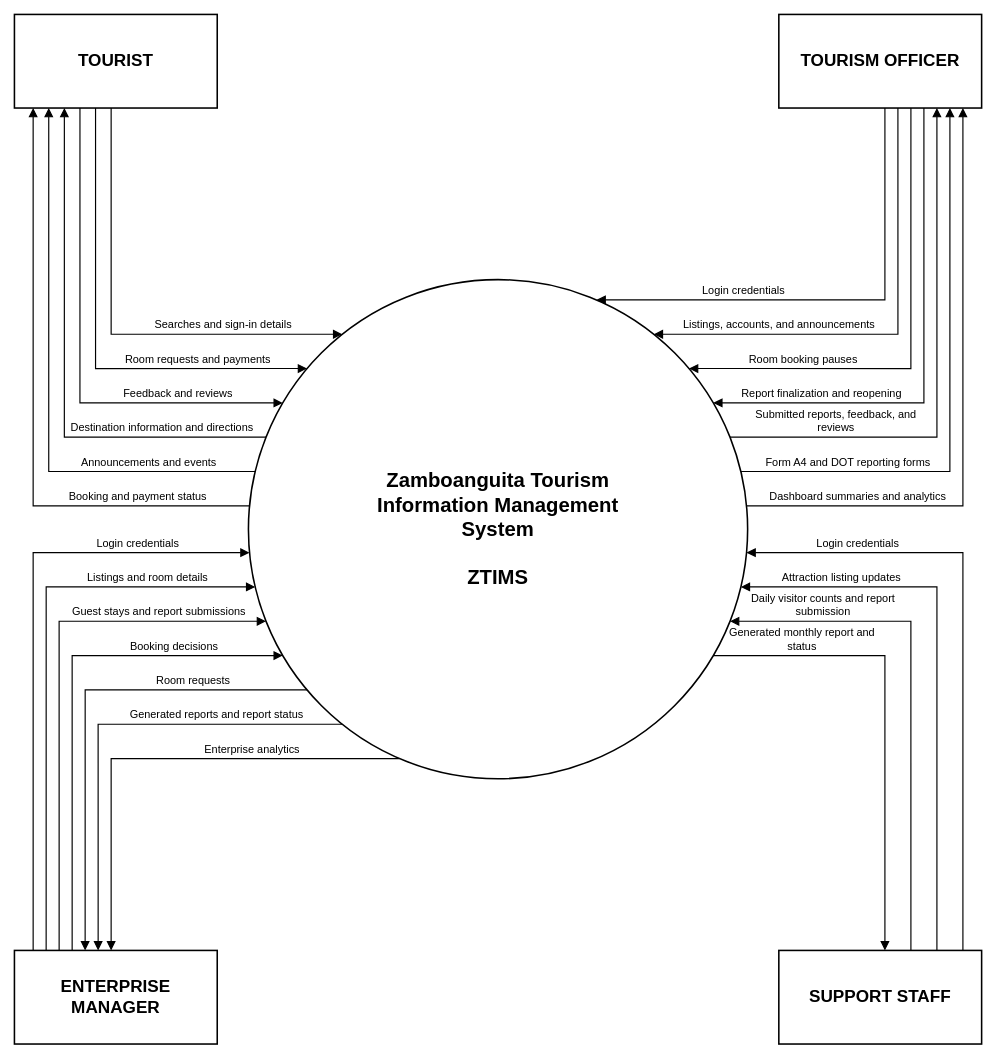
Before: docs/diagrams/ztims-context-diagram.drawio in jefee0101/ZTIMS, a draw.io diagram. Source tidied: cells renumbered, new cells numbered last; positions are measured from the earlier drawing's top-left corner, leaving out a move shared by most shapes. Both pictures are drawn from the tidied source at 78%, with x=0, y=0 at pixel (14, 14).
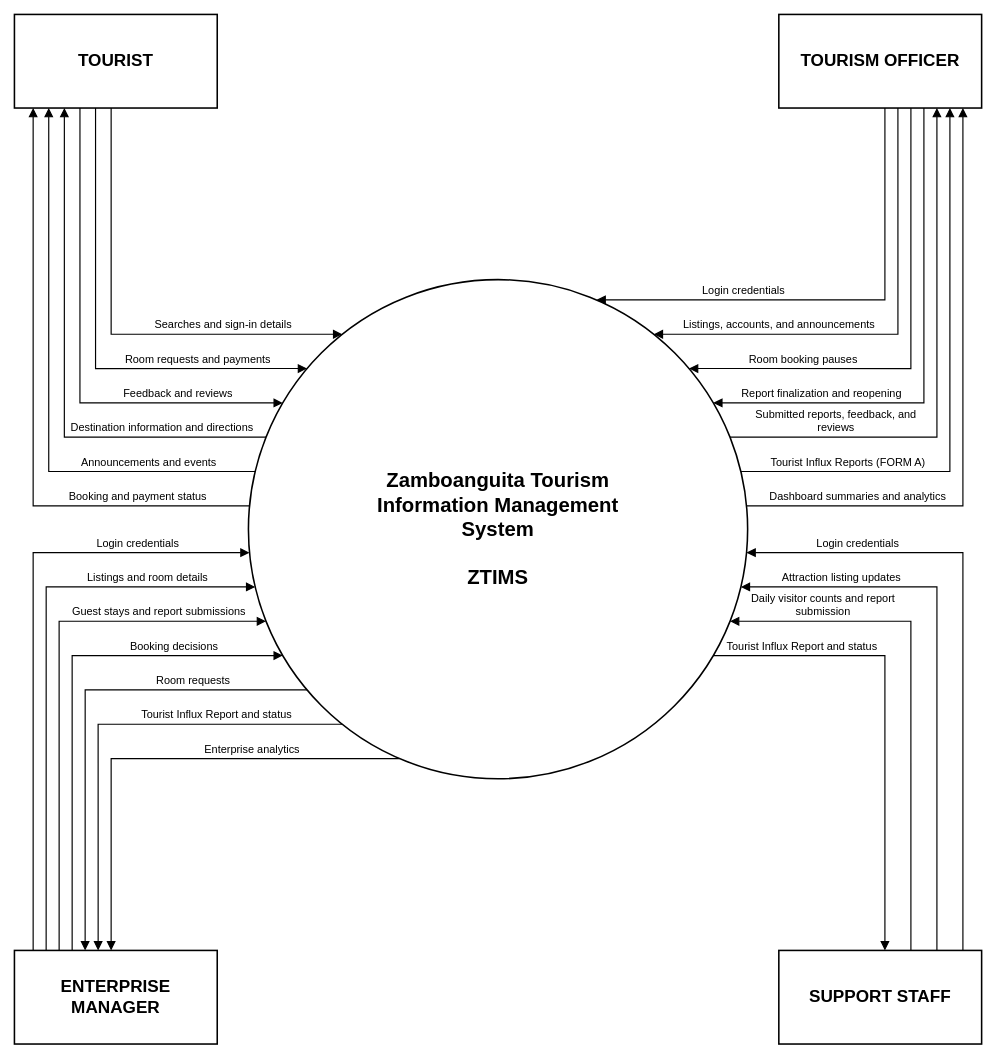
The same diagram, later.

Commit message (it also covers changes not shown here):
Top level diagram without crossing lines; Tourist Influx Report labels

What changed in the source:
```diff
@@
-    <mxCell id="28" value="Form A4 and DOT reporting forms" style="text;html=1;whiteSpace=wrap;align=center;verticalAlign=bottom;fontColor=#000000;fontSize=14;strokeColor=none;fillColor=none;" parent="1" vertex="1">
+    <mxCell id="28" value="Tourist Influx Reports (FORM A)" style="text;html=1;whiteSpace=wrap;align=center;verticalAlign=bottom;fontColor=#000000;fontSize=14;strokeColor=none;fillColor=none;" parent="1" vertex="1">
       <mxGeometry x="939.3" y="545" width="260" height="40" as="geometry" />
     </mxCell>
@@
-    <mxCell id="43" value="Generated reports and report status" style="text;html=1;whiteSpace=wrap;align=center;verticalAlign=bottom;fontColor=#000000;fontSize=14;strokeColor=none;fillColor=none;" parent="1" vertex="1">
+    <mxCell id="43" value="Tourist Influx Report and status" style="text;html=1;whiteSpace=wrap;align=center;verticalAlign=bottom;fontColor=#000000;fontSize=14;strokeColor=none;fillColor=none;" parent="1" vertex="1">
       <mxGeometry x="107.3" y="869" width="304.9" height="40" as="geometry" />
     </mxCell>
@@
-    <mxCell id="54" value="Generated monthly report and status" style="text;html=1;whiteSpace=wrap;align=center;verticalAlign=bottom;fontColor=#000000;fontSize=14;strokeColor=none;fillColor=none;" parent="1" vertex="1">
+    <mxCell id="54" value="Tourist Influx Report and status" style="text;html=1;whiteSpace=wrap;align=center;verticalAlign=bottom;fontColor=#000000;fontSize=14;strokeColor=none;fillColor=none;" parent="1" vertex="1">
       <mxGeometry x="904" y="781" width="212" height="40" as="geometry" />
     </mxCell>
```
